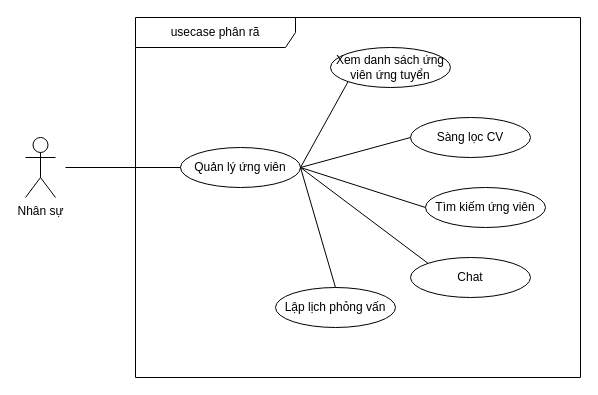
The draw.io diagram design/draw/nhân_sự/quanlyungvien.dio in nmtun/datn_hust_2026, before the edit. Source tidied: cells renumbered, new cells numbered last; positions are measured from the earlier drawing's top-left corner, leaving out a move shared by most shapes. Both pictures are drawn from the tidied source at 100%, with x=0, y=0 at pixel (25, 17).
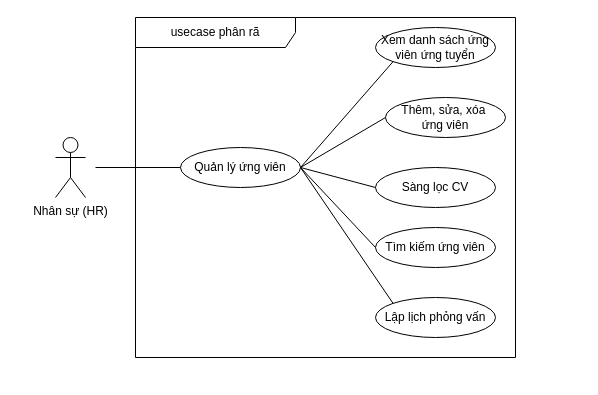
The same diagram, later.

The edit, as a diff of the source:
```diff
@@
 <mxGraphModel>
   <root>
     <mxCell id="0" />
     <mxCell id="1" parent="0" />
     <mxCell id="2" value="usecase phân rã" style="shape=umlFrame;whiteSpace=wrap;html=1;width=160;" parent="1" vertex="1">
-      <mxGeometry x="110" width="445" height="360" as="geometry" />
+      <mxGeometry x="110" width="380" height="340" as="geometry" />
     </mxCell>
     <mxCell id="3" value="Quản lý ứng viên" style="ellipse;whiteSpace=wrap;html=1;" parent="2" vertex="1">
       <mxGeometry x="45" y="130" width="120" height="40" as="geometry" />
     </mxCell>
     <mxCell id="4" value="Xem danh sách ứng viên ứng tuyển" style="ellipse;whiteSpace=wrap;html=1;" parent="2" vertex="1">
-      <mxGeometry x="195" y="30" width="120" height="40" as="geometry" />
+      <mxGeometry x="240" y="10" width="120" height="40" as="geometry" />
     </mxCell>
     <mxCell id="5" value="Tìm kiếm ứng viên" style="ellipse;whiteSpace=wrap;html=1;" parent="2" vertex="1">
-      <mxGeometry x="290" y="170" width="120" height="40" as="geometry" />
+      <mxGeometry x="240" y="210" width="120" height="40" as="geometry" />
     </mxCell>
     <mxCell id="6" style="endArrow=none;startArrow=none;endFill=0;startFill=0;endSize=8;html=1;verticalAlign=bottom;labelBackgroundColor=none;strokeWidth=1;entryX=0;entryY=1;entryDx=0;entryDy=0;exitX=1;exitY=0.5;exitDx=0;exitDy=0;" parent="2" edge="1" source="3" target="4">
       <mxGeometry relative="1" as="geometry" />
     </mxCell>
     <mxCell id="7" style="endArrow=none;startArrow=none;endFill=0;startFill=0;endSize=8;html=1;verticalAlign=bottom;labelBackgroundColor=none;strokeWidth=1;entryX=0;entryY=0.5;entryDx=0;entryDy=0;exitX=1;exitY=0.5;exitDx=0;exitDy=0;" parent="2" edge="1" source="3" target="5">
       <mxGeometry relative="1" as="geometry" />
     </mxCell>
-    <mxCell id="8" value="Chat" style="ellipse;whiteSpace=wrap;html=1;" parent="2" vertex="1">
-      <mxGeometry x="275" y="240" width="120" height="40" as="geometry" />
-    </mxCell>
-    <mxCell id="9" style="endArrow=none;startArrow=none;endFill=0;startFill=0;endSize=8;html=1;verticalAlign=bottom;labelBackgroundColor=none;strokeWidth=1;entryX=0;entryY=0;entryDx=0;entryDy=0;exitX=1;exitY=0.5;exitDx=0;exitDy=0;" parent="2" edge="1" source="3" target="8">
-      <mxGeometry relative="1" as="geometry" />
-    </mxCell>
     <mxCell id="10" value="Sàng lọc CV" style="ellipse;whiteSpace=wrap;html=1;" parent="2" vertex="1">
-      <mxGeometry x="275" y="100" width="120" height="40" as="geometry" />
+      <mxGeometry x="240" y="150" width="120" height="40" as="geometry" />
     </mxCell>
     <mxCell id="11" value="Lập lịch phỏng vấn" style="ellipse;whiteSpace=wrap;html=1;" parent="2" vertex="1">
-      <mxGeometry x="140" y="270" width="120" height="40" as="geometry" />
+      <mxGeometry x="240" y="280" width="120" height="40" as="geometry" />
     </mxCell>
-    <mxCell id="12" style="endArrow=none;startArrow=none;endFill=0;startFill=0;endSize=8;html=1;verticalAlign=bottom;labelBackgroundColor=none;strokeWidth=1;entryX=0.5;entryY=0;entryDx=0;entryDy=0;exitX=1;exitY=0.5;exitDx=0;exitDy=0;" parent="2" edge="1" source="3" target="11">
+    <mxCell id="12" style="endArrow=none;startArrow=none;endFill=0;startFill=0;endSize=8;html=1;verticalAlign=bottom;labelBackgroundColor=none;strokeWidth=1;entryX=0;entryY=0;entryDx=0;entryDy=0;exitX=1;exitY=0.5;exitDx=0;exitDy=0;" parent="2" edge="1" source="3" target="11">
       <mxGeometry relative="1" as="geometry" />
     </mxCell>
     <mxCell id="13" style="endArrow=none;startArrow=none;endFill=0;startFill=0;endSize=8;html=1;verticalAlign=bottom;labelBackgroundColor=none;strokeWidth=1;entryX=0;entryY=0.5;entryDx=0;entryDy=0;exitX=1;exitY=0.5;exitDx=0;exitDy=0;" parent="2" edge="1" source="3" target="10">
       <mxGeometry relative="1" as="geometry" />
     </mxCell>
+    <mxCell id="16" value="Thêm, sửa, xóa&amp;nbsp;&lt;div&gt;ứng viên&lt;/div&gt;" style="ellipse;whiteSpace=wrap;html=1;" parent="2" vertex="1">
+      <mxGeometry x="250" y="80" width="120" height="40" as="geometry" />
+    </mxCell>
+    <mxCell id="17" style="endArrow=none;startArrow=none;endFill=0;startFill=0;endSize=8;html=1;verticalAlign=bottom;labelBackgroundColor=none;strokeWidth=1;entryX=0;entryY=0.5;entryDx=0;entryDy=0;exitX=1;exitY=0.5;exitDx=0;exitDy=0;" parent="2" edge="1" source="3" target="16">
+      <mxGeometry relative="1" as="geometry" />
+    </mxCell>
-    <mxCell id="14" value="Nhân sự" style="shape=umlActor;verticalLabelPosition=bottom;verticalAlign=top;html=1;" parent="1" vertex="1">
-      <mxGeometry y="120" width="30" height="60" as="geometry" />
+    <mxCell id="14" value="Nhân sự (HR)" style="shape=umlActor;verticalLabelPosition=bottom;verticalAlign=top;html=1;" parent="1" vertex="1">
+      <mxGeometry x="30" y="120" width="30" height="60" as="geometry" />
     </mxCell>
     <mxCell id="15" style="endArrow=none;startArrow=none;endFill=0;startFill=0;endSize=8;html=1;verticalAlign=bottom;labelBackgroundColor=none;strokeWidth=1;entryX=0;entryY=0.5;entryDx=0;entryDy=0;" parent="1" edge="1" target="3">
       <mxGeometry relative="1" as="geometry">
-        <mxPoint x="40" y="150" as="sourcePoint" />
+        <mxPoint x="70" y="150" as="sourcePoint" />
       </mxGeometry>
     </mxCell>
   </root>
 </mxGraphModel>
```
